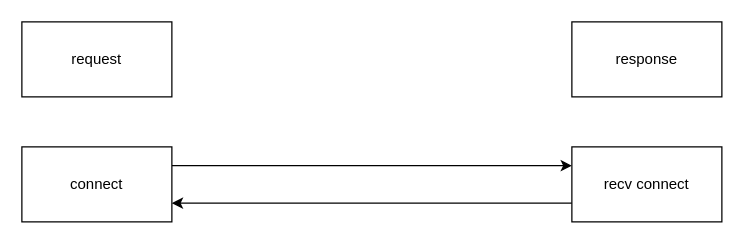
Above: page "新标定流程" (3 of 3) of 重构相机标定工具.drawio in Jev0987/drawioFile (draw.io), before the change. Source tidied: cells renumbered, new cells numbered last; positions are measured from the earlier drawing's top-left corner, leaving out a move shared by most shapes. Both pictures are drawn from the tidied source at 125%, with x=0, y=0 at pixel (21, 21).
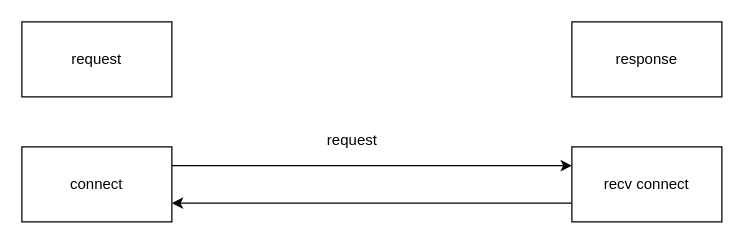
The same page after the edit.

Commit message (it also covers changes not shown here):
更新重构相机标定工具.drawio

What changed in the source:
```diff
@@
 <mxGraphModel>
   <root>
     <mxCell id="0" />
     <mxCell id="1" parent="0" />
     <mxCell id="2" value="response" style="whiteSpace=wrap;html=1;" parent="1" vertex="1">
       <mxGeometry x="440" width="120" height="60" as="geometry" />
     </mxCell>
     <mxCell id="3" value="request" style="whiteSpace=wrap;html=1;" parent="1" vertex="1">
       <mxGeometry width="120" height="60" as="geometry" />
     </mxCell>
     <mxCell id="4" style="edgeStyle=orthogonalEdgeStyle;rounded=0;jettySize=auto;html=1;exitX=1;exitY=0.25;exitDx=0;exitDy=0;entryX=0;entryY=0.25;entryDx=0;entryDy=0;" parent="1" edge="1" source="5" target="7">
       <mxGeometry relative="1" as="geometry" />
     </mxCell>
     <mxCell id="5" value="connect" style="whiteSpace=wrap;html=1;" parent="1" vertex="1">
       <mxGeometry y="100" width="120" height="60" as="geometry" />
     </mxCell>
     <mxCell id="6" style="edgeStyle=orthogonalEdgeStyle;rounded=0;jettySize=auto;html=1;exitX=0;exitY=0.75;exitDx=0;exitDy=0;entryX=1;entryY=0.75;entryDx=0;entryDy=0;" parent="1" edge="1" source="7" target="5">
       <mxGeometry relative="1" as="geometry" />
     </mxCell>
     <mxCell id="7" value="recv connect" style="whiteSpace=wrap;html=1;" parent="1" vertex="1">
       <mxGeometry x="440" y="100" width="120" height="60" as="geometry" />
     </mxCell>
+    <mxCell id="8" value="request" style="text;html=1;align=center;verticalAlign=middle;strokeColor=none;fillColor=none;" parent="1" vertex="1">
+      <mxGeometry x="234" y="80" width="60" height="30" as="geometry" />
+    </mxCell>
   </root>
 </mxGraphModel>
```
